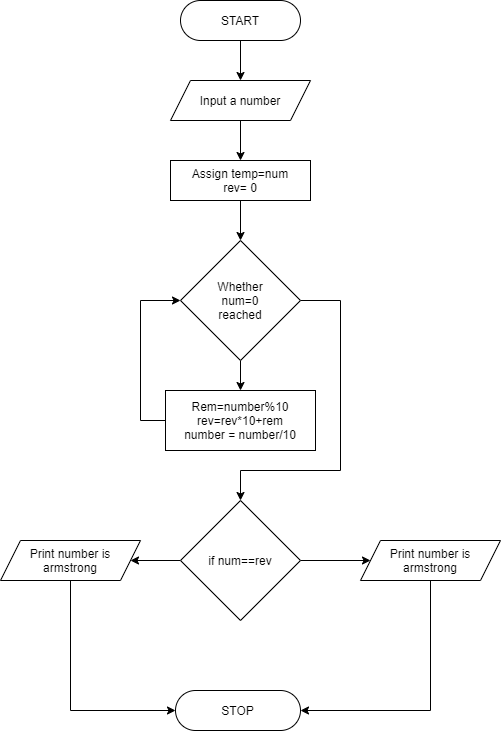
Before: palindrome.png, a diagram exported from draw.io (VishalSahu/Flowcharts). Source tidied: cells renumbered, new cells last; positions are measured from the earlier drawing's top-left corner, leaving out a move shared by most shapes.
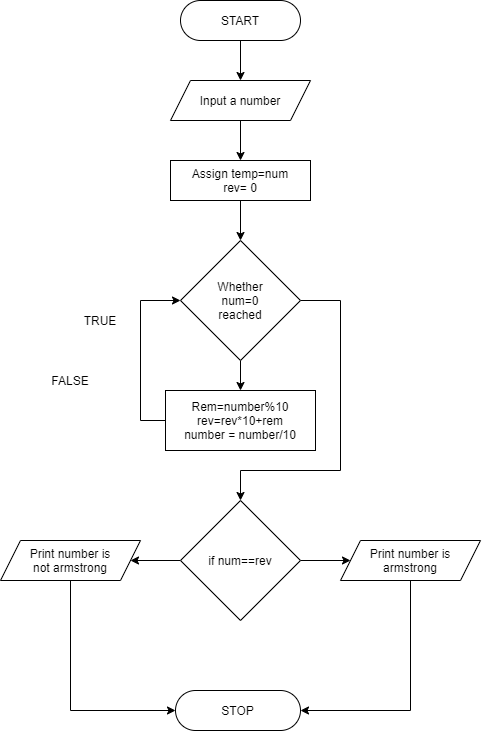
The same file after the commit.

The edit, as a diff of the source:
```diff
@@ -23,12 +23,12 @@
     <mxCell id="8" style="edgeStyle=orthogonalEdgeStyle;rounded=0;jettySize=auto;html=1;entryX=1;entryY=0.5;entryDx=0;entryDy=0;" parent="1" edge="1" source="9" target="10">
       <mxGeometry relative="1" as="geometry">
         <Array as="points">
-          <mxPoint x="430" y="710" />
+          <mxPoint x="410" y="710" />
         </Array>
       </mxGeometry>
     </mxCell>
     <mxCell id="9" value="Print number is&lt;br&gt;armstrong" style="shape=parallelogram;perimeter=parallelogramPerimeter;whiteSpace=wrap;html=1;fixedSize=1;" parent="1" vertex="1">
-      <mxGeometry x="360" y="540" width="140" height="40" as="geometry" />
+      <mxGeometry x="340" y="540" width="140" height="40" as="geometry" />
     </mxCell>
     <mxCell id="10" value="STOP" style="rounded=1;whiteSpace=wrap;html=1;arcSize=50;" parent="1" vertex="1">
       <mxGeometry x="175" y="690" width="125" height="40" as="geometry" />
@@ -75,8 +75,14 @@
         </Array>
       </mxGeometry>
     </mxCell>
-    <mxCell id="20" value="Print number is&lt;br&gt;armstrong" style="shape=parallelogram;perimeter=parallelogramPerimeter;whiteSpace=wrap;html=1;fixedSize=1;" parent="1" vertex="1">
+    <mxCell id="20" value="Print number is&lt;br&gt;not armstrong" style="shape=parallelogram;perimeter=parallelogramPerimeter;whiteSpace=wrap;html=1;fixedSize=1;" parent="1" vertex="1">
       <mxGeometry y="540" width="140" height="40" as="geometry" />
     </mxCell>
+    <mxCell id="21" value="TRUE" style="text;html=1;strokeColor=none;fillColor=none;align=center;verticalAlign=middle;whiteSpace=wrap;rounded=0;" parent="1" vertex="1">
+      <mxGeometry x="80" y="310" width="40" height="20" as="geometry" />
+    </mxCell>
+    <mxCell id="22" value="FALSE" style="text;html=1;strokeColor=none;fillColor=none;align=center;verticalAlign=middle;whiteSpace=wrap;rounded=0;" parent="1" vertex="1">
+      <mxGeometry x="50" y="370" width="40" height="20" as="geometry" />
+    </mxCell>
   </root>
 </mxGraphModel>
```
